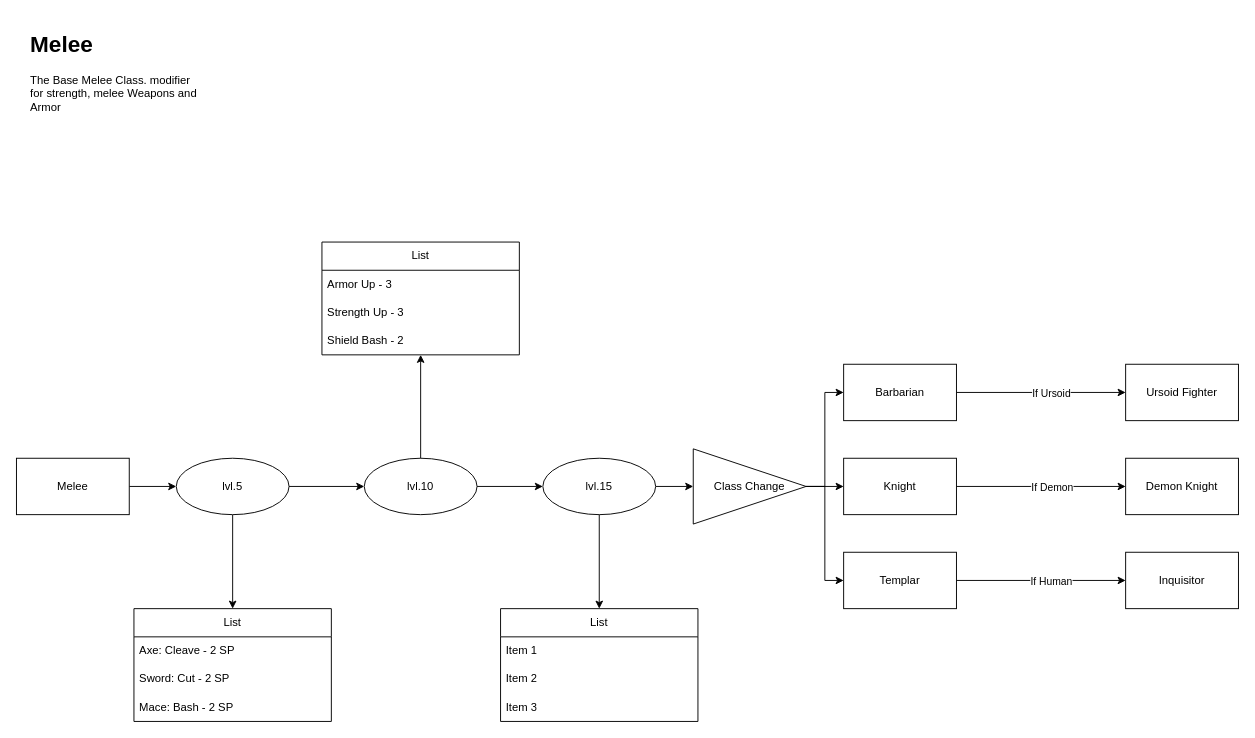
Earlier version of the draw.io diagram page "Melee" (1 of 12) of skilltree.drawio (PhilippTrashman/small_rpg). Source tidied: cells renumbered, new cells numbered last; positions are measured from the earlier drawing's top-left corner, leaving out a move shared by most shapes. Both pictures are drawn from the tidied source at 94%, with x=0, y=0 at pixel (16, 25).
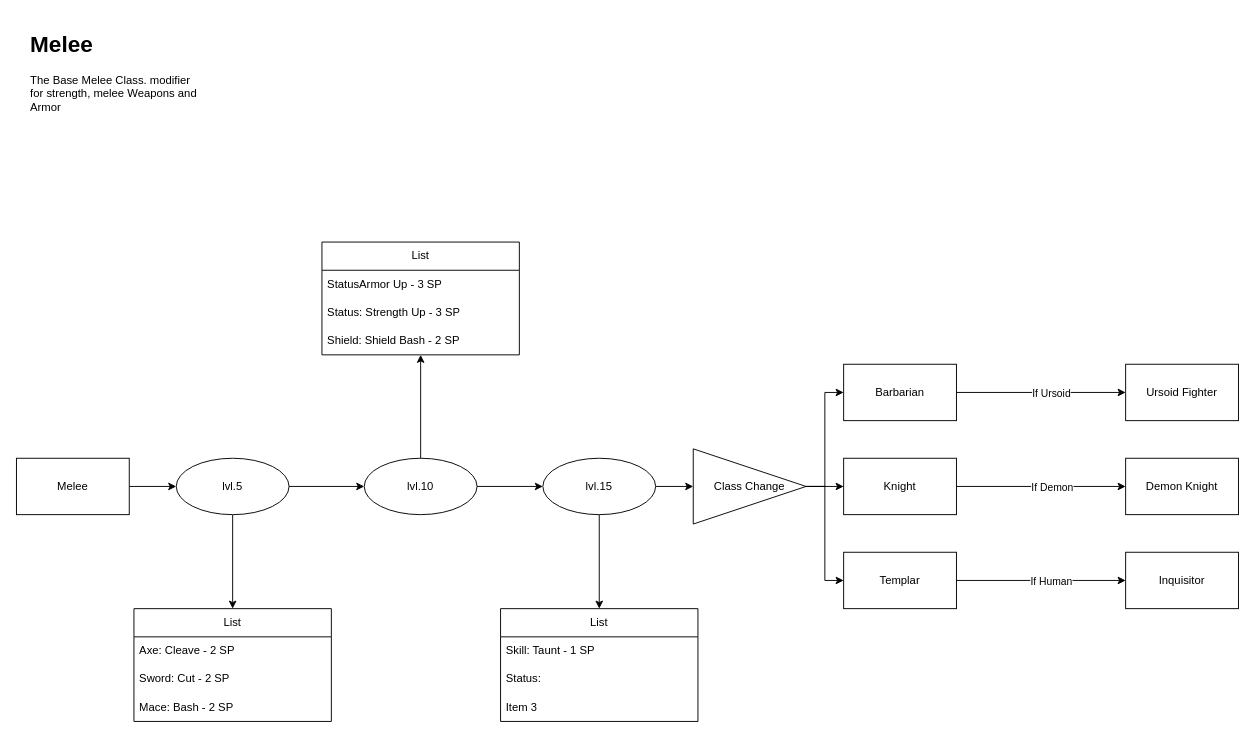
Above is the later version.

The change refers to these unchanged cells:
```xml
<mxCell id="22" value="List" style="swimlane;fontStyle=0;horizontal=1;startSize=30;whiteSpace=wrap;html=1;gradientColor=none;swimlaneLine=1;glass=0;sketch=0;rounded=0;fillColor=default;fillStyle=solid;swimlaneFillColor=default;" parent="1" vertex="1">
  <mxGeometry x="325" y="230" width="210" height="120" as="geometry" />
</mxCell>
<mxCell id="26" value="List" style="swimlane;fontStyle=0;horizontal=1;startSize=30;whiteSpace=wrap;html=1;gradientColor=none;swimlaneLine=1;glass=0;sketch=0;rounded=0;fillColor=default;fillStyle=solid;swimlaneFillColor=default;" parent="1" vertex="1">
  <mxGeometry x="515" y="620" width="210" height="120" as="geometry" />
</mxCell>
```

What changed in the source:
```diff
@@
-    <mxCell id="23" value="Armor Up - 3" style="text;strokeColor=none;fillColor=none;align=left;verticalAlign=middle;spacingLeft=4;spacingRight=4;overflow=hidden;whiteSpace=wrap;html=1;" parent="22" vertex="1">
+    <mxCell id="23" value="StatusArmor Up - 3 SP" style="text;strokeColor=none;fillColor=none;align=left;verticalAlign=middle;spacingLeft=4;spacingRight=4;overflow=hidden;whiteSpace=wrap;html=1;" parent="22" vertex="1">
       <mxGeometry y="30" width="210" height="30" as="geometry" />
     </mxCell>
-    <mxCell id="24" value="Strength Up - 3" style="text;strokeColor=none;fillColor=none;align=left;verticalAlign=middle;spacingLeft=4;spacingRight=4;overflow=hidden;whiteSpace=wrap;html=1;" parent="22" vertex="1">
+    <mxCell id="24" value="Status: Strength Up - 3 SP" style="text;strokeColor=none;fillColor=none;align=left;verticalAlign=middle;spacingLeft=4;spacingRight=4;overflow=hidden;whiteSpace=wrap;html=1;" parent="22" vertex="1">
       <mxGeometry y="60" width="210" height="30" as="geometry" />
     </mxCell>
-    <mxCell id="25" value="Shield Bash - 2" style="text;strokeColor=none;fillColor=none;align=left;verticalAlign=middle;spacingLeft=4;spacingRight=4;overflow=hidden;whiteSpace=wrap;html=1;" parent="22" vertex="1">
+    <mxCell id="25" value="Shield: Shield Bash - 2 SP" style="text;strokeColor=none;fillColor=none;align=left;verticalAlign=middle;spacingLeft=4;spacingRight=4;overflow=hidden;whiteSpace=wrap;html=1;" parent="22" vertex="1">
       <mxGeometry y="90" width="210" height="30" as="geometry" />
     </mxCell>
@@
-    <mxCell id="27" value="Item 1" style="text;strokeColor=none;fillColor=none;align=left;verticalAlign=middle;spacingLeft=4;spacingRight=4;overflow=hidden;whiteSpace=wrap;html=1;" parent="26" vertex="1">
+    <mxCell id="27" value="Skill: Taunt - 1 SP" style="text;strokeColor=none;fillColor=none;align=left;verticalAlign=middle;spacingLeft=4;spacingRight=4;overflow=hidden;whiteSpace=wrap;html=1;" parent="26" vertex="1">
       <mxGeometry y="30" width="210" height="30" as="geometry" />
     </mxCell>
-    <mxCell id="28" value="Item 2" style="text;strokeColor=none;fillColor=none;align=left;verticalAlign=middle;spacingLeft=4;spacingRight=4;overflow=hidden;whiteSpace=wrap;html=1;" parent="26" vertex="1">
+    <mxCell id="28" value="Status:&amp;nbsp;" style="text;strokeColor=none;fillColor=none;align=left;verticalAlign=middle;spacingLeft=4;spacingRight=4;overflow=hidden;whiteSpace=wrap;html=1;" parent="26" vertex="1">
       <mxGeometry y="60" width="210" height="30" as="geometry" />
     </mxCell>
```
